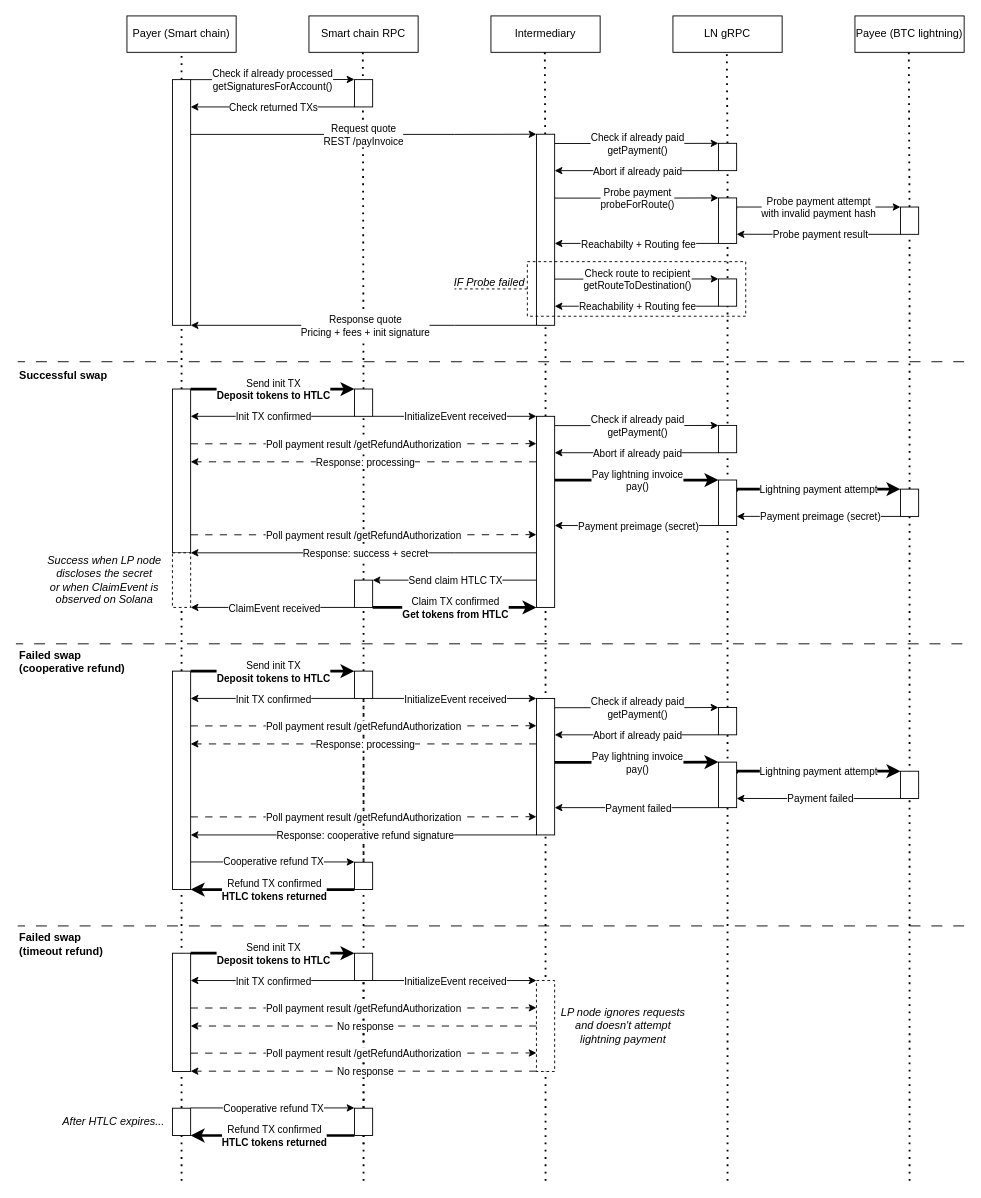
The draw.io diagram diagrams/tobtcln-diagram.drawio in atomiqlabs/atomiq-docs, before the edit. Source tidied: cells renumbered, new cells numbered last; positions are measured from the earlier drawing's top-left corner, leaving out a move shared by most shapes. Both pictures are drawn from the tidied source at 91%, with x=0, y=0 at pixel (15, 15).
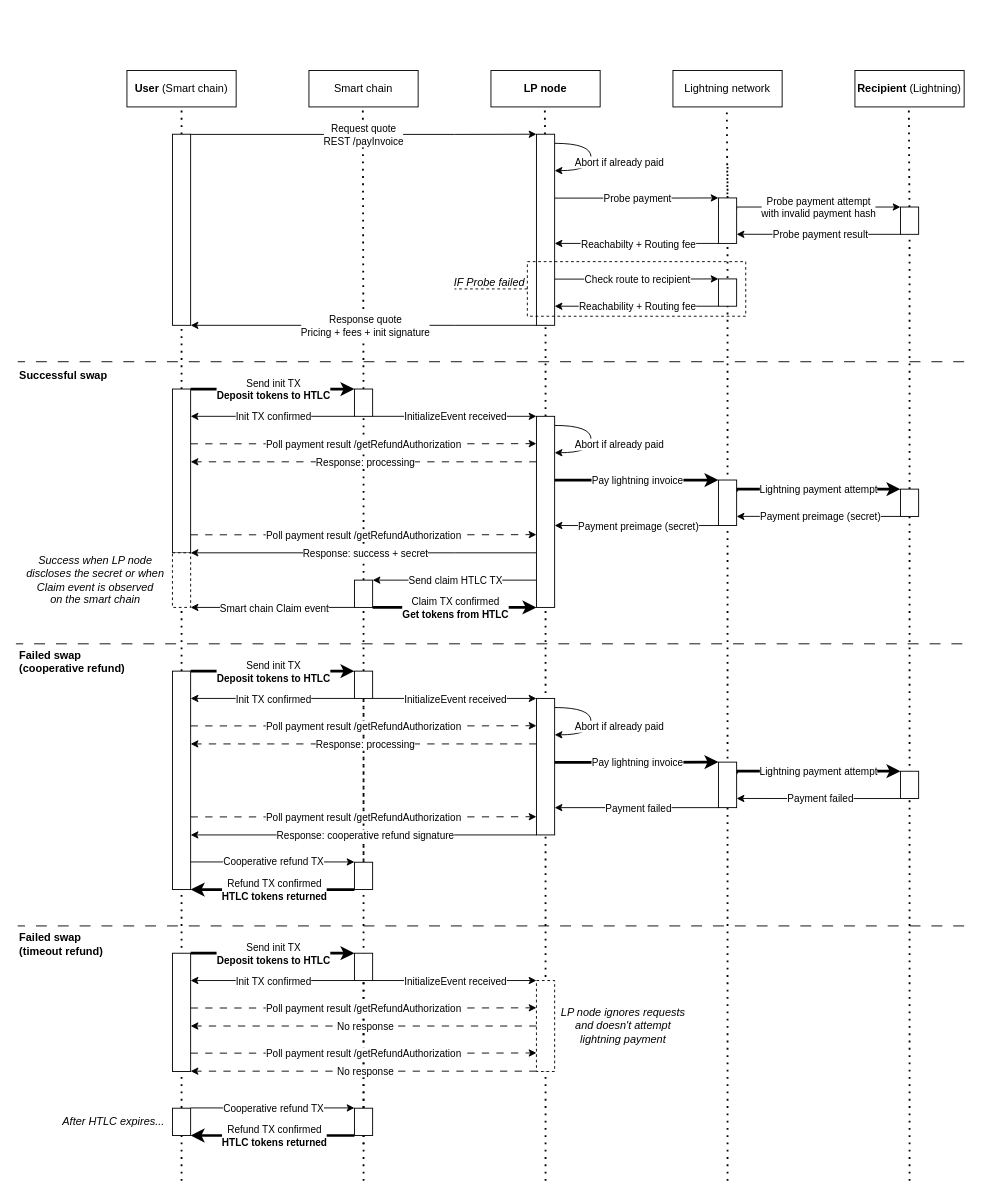
Above is the later version.

The change refers to these unchanged cells:
```xml
<mxCell id="22" style="rounded=0;whiteSpace=wrap;html=1;" parent="1" vertex="1">
  <mxGeometry x="572" y="130" width="20" height="210" as="geometry" />
</mxCell>
<mxCell id="31" style="edgeStyle=orthogonalEdgeStyle;rounded=0;jettySize=auto;html=1;exitX=1;exitY=0;exitDx=0;exitDy=0;entryX=0;entryY=0;entryDx=0;entryDy=0;" parent="1" edge="1" target="37">
  <mxGeometry relative="1" as="geometry">
    <mxPoint x="592" y="200.2" as="sourcePoint" />
    <Array as="points">
      <mxPoint x="702" y="200" />
    </Array>
  </mxGeometry>
</mxCell>
<mxCell id="41" style="rounded=0;whiteSpace=wrap;html=1;" parent="1" vertex="1">
  <mxGeometry x="972" y="210" width="20" height="30" as="geometry" />
</mxCell>
<mxCell id="42" style="edgeStyle=orthogonalEdgeStyle;rounded=0;jettySize=auto;html=1;exitX=1;exitY=0;exitDx=0;exitDy=0;entryX=0;entryY=0;entryDx=0;entryDy=0;" parent="1" edge="1" target="46">
  <mxGeometry relative="1" as="geometry">
    <mxPoint x="592" y="289.2" as="sourcePoint" />
    <Array as="points">
      <mxPoint x="702" y="289" />
    </Array>
  </mxGeometry>
</mxCell>
<mxCell id="57" style="rounded=0;whiteSpace=wrap;html=1;" parent="1" vertex="1">
  <mxGeometry x="372" y="410" width="20" height="30" as="geometry" />
</mxCell>
<mxCell id="66" style="edgeStyle=orthogonalEdgeStyle;rounded=0;jettySize=auto;html=1;exitX=1;exitY=0;exitDx=0;exitDy=0;entryX=0;entryY=0;entryDx=0;entryDy=0;strokeWidth=3;" parent="1" edge="1" target="72">
  <mxGeometry relative="1" as="geometry">
    <mxPoint x="592" y="510.2" as="sourcePoint" />
    <Array as="points">
      <mxPoint x="702" y="510" />
    </Array>
  </mxGeometry>
</mxCell>
<mxCell id="79" style="edgeStyle=orthogonalEdgeStyle;rounded=0;jettySize=auto;html=1;exitX=0;exitY=1;exitDx=0;exitDy=0;strokeWidth=1;startArrow=none;startFill=0;endArrow=classic;endFill=1;" parent="1" edge="1" source="81">
  <mxGeometry relative="1" as="geometry">
    <mxPoint x="192" y="650" as="targetPoint" />
    <Array as="points">
      <mxPoint x="272" y="650" />
      <mxPoint x="272" y="650" />
    </Array>
  </mxGeometry>
</mxCell>
<mxCell id="109" style="edgeStyle=orthogonalEdgeStyle;rounded=0;jettySize=auto;html=1;exitX=1;exitY=0;exitDx=0;exitDy=0;entryX=0;entryY=0;entryDx=0;entryDy=0;strokeWidth=3;" parent="1" edge="1" target="115">
  <mxGeometry relative="1" as="geometry">
    <mxPoint x="592" y="820.2" as="sourcePoint" />
    <Array as="points">
      <mxPoint x="702" y="820" />
    </Array>
  </mxGeometry>
</mxCell>
```

Diff of the diagram source:
```diff
@@
-    <mxCell id="2" value="Payer (Smart chain)" style="rounded=0;whiteSpace=wrap;html=1;" parent="1" vertex="1">
-      <mxGeometry x="122" width="120" height="40" as="geometry" />
+    <mxCell id="2" value="&lt;b&gt;User &lt;/b&gt;(Smart chain)" style="rounded=0;whiteSpace=wrap;html=1;" parent="1" vertex="1">
+      <mxGeometry x="122" y="60" width="120" height="40" as="geometry" />
     </mxCell>
-    <mxCell id="3" value="Intermediary" style="rounded=0;whiteSpace=wrap;html=1;" parent="1" vertex="1">
-      <mxGeometry x="522" width="120" height="40" as="geometry" />
+    <mxCell id="3" value="&lt;b&gt;LP node&lt;/b&gt;" style="rounded=0;whiteSpace=wrap;html=1;" parent="1" vertex="1">
+      <mxGeometry x="522" y="60" width="120" height="40" as="geometry" />
     </mxCell>
-    <mxCell id="4" value="Payee (BTC lightning)" style="rounded=0;whiteSpace=wrap;html=1;" parent="1" vertex="1">
-      <mxGeometry x="922" width="120" height="40" as="geometry" />
+    <mxCell id="4" value="&lt;b&gt;Recipient &lt;/b&gt;(Lightning)" style="rounded=0;whiteSpace=wrap;html=1;" parent="1" vertex="1">
+      <mxGeometry x="922" y="60" width="120" height="40" as="geometry" />
     </mxCell>
-    <mxCell id="5" value="Smart chain RPC" style="rounded=0;whiteSpace=wrap;html=1;" parent="1" vertex="1">
-      <mxGeometry x="322" width="120" height="40" as="geometry" />
+    <mxCell id="5" value="Smart chain" style="rounded=0;whiteSpace=wrap;html=1;" parent="1" vertex="1">
+      <mxGeometry x="322" y="60" width="120" height="40" as="geometry" />
     </mxCell>
@@
     <mxCell id="7" style="endArrow=none;dashed=1;html=1;dashPattern=1 3;strokeWidth=2;rounded=0;entryX=0.5;entryY=1;entryDx=0;entryDy=0;startArrow=none;" parent="1" edge="1" source="57">
       <mxGeometry relative="1" as="geometry">
-        <mxPoint x="381.2" y="40" as="targetPoint" />
+        <mxPoint x="381.2" y="100" as="targetPoint" />
       </mxGeometry>
     </mxCell>
     <mxCell id="8" style="endArrow=none;dashed=1;html=1;dashPattern=1 3;strokeWidth=2;rounded=0;entryX=0.5;entryY=1;entryDx=0;entryDy=0;startArrow=none;" parent="1" edge="1" source="22">
       <mxGeometry relative="1" as="geometry">
-        <mxPoint x="581.2" y="40" as="targetPoint" />
+        <mxPoint x="581.2" y="100" as="targetPoint" />
       </mxGeometry>
     </mxCell>
     <mxCell id="9" style="endArrow=none;dashed=1;html=1;dashPattern=1 3;strokeWidth=2;rounded=0;entryX=0.5;entryY=1;entryDx=0;entryDy=0;startArrow=none;" parent="1" edge="1" source="41">
       <mxGeometry relative="1" as="geometry">
-        <mxPoint x="981.2" y="40" as="targetPoint" />
+        <mxPoint x="981.2" y="100" as="targetPoint" />
       </mxGeometry>
     </mxCell>
@@
-    <mxCell id="11" style="edgeStyle=orthogonalEdgeStyle;rounded=0;jettySize=auto;html=1;exitX=1;exitY=0;exitDx=0;exitDy=0;" parent="1" edge="1" source="13">
-      <mxGeometry relative="1" as="geometry">
-        <mxPoint x="372" y="69.8" as="targetPoint" />
-        <Array as="points">
-          <mxPoint x="322" y="70" />
-          <mxPoint x="322" y="70" />
-        </Array>
-      </mxGeometry>
-    </mxCell>
-    <mxCell id="12" value="Check if already processed&lt;br&gt;getSignaturesForAccount()" style="edgeLabel;html=1;align=center;verticalAlign=middle;" parent="11" vertex="1">
-      <mxGeometry x="-0.11" y="-2" relative="1" as="geometry">
-        <mxPoint x="9" y="-2" as="offset" />
-      </mxGeometry>
-    </mxCell>
     <mxCell id="13" style="rounded=0;whiteSpace=wrap;html=1;" parent="1" vertex="1">
-      <mxGeometry x="172" y="70" width="20" height="270" as="geometry" />
+      <mxGeometry x="172" y="130" width="20" height="210" as="geometry" />
     </mxCell>
-    <mxCell id="14" style="edgeStyle=orthogonalEdgeStyle;rounded=0;jettySize=auto;html=1;exitX=0;exitY=1;exitDx=0;exitDy=0;" parent="1" edge="1" source="16">
-      <mxGeometry relative="1" as="geometry">
-        <mxPoint x="192" y="100" as="targetPoint" />
-        <Array as="points">
-          <mxPoint x="322" y="100" />
-          <mxPoint x="322" y="100" />
-        </Array>
-      </mxGeometry>
-    </mxCell>
-    <mxCell id="15" value="Check returned TXs" style="edgeLabel;html=1;align=center;verticalAlign=middle;" parent="14" vertex="1">
-      <mxGeometry x="-0.17" relative="1" as="geometry">
-        <mxPoint x="-15" as="offset" />
-      </mxGeometry>
-    </mxCell>
-    <mxCell id="16" style="rounded=0;whiteSpace=wrap;html=1;" parent="1" vertex="1">
-      <mxGeometry x="372" y="70" width="20" height="30" as="geometry" />
-    </mxCell>
@@
-    <mxCell id="23" value="LN gRPC" style="rounded=0;whiteSpace=wrap;html=1;" parent="1" vertex="1">
-      <mxGeometry x="722" width="120" height="40" as="geometry" />
+    <mxCell id="23" value="Lightning network" style="rounded=0;whiteSpace=wrap;html=1;" parent="1" vertex="1">
+      <mxGeometry x="722" y="60" width="120" height="40" as="geometry" />
     </mxCell>
-    <mxCell id="24" style="endArrow=none;dashed=1;html=1;dashPattern=1 3;strokeWidth=2;rounded=0;entryX=0.5;entryY=1;entryDx=0;entryDy=0;startArrow=none;" parent="1" edge="1" source="30">
+    <mxCell id="24" style="endArrow=none;dashed=1;html=1;dashPattern=1 3;strokeWidth=2;rounded=0;entryX=0.5;entryY=1;entryDx=0;entryDy=0;startArrow=none;" parent="1" edge="1">
       <mxGeometry relative="1" as="geometry">
-        <mxPoint x="781.2" y="40" as="targetPoint" />
+        <mxPoint x="782" y="220" as="sourcePoint" />
+        <mxPoint x="781.2" y="100" as="targetPoint" />
       </mxGeometry>
     </mxCell>
-    <mxCell id="25" style="edgeStyle=orthogonalEdgeStyle;rounded=0;jettySize=auto;html=1;exitX=1;exitY=0;exitDx=0;exitDy=0;entryX=0;entryY=0;entryDx=0;entryDy=0;" parent="1" edge="1" target="30">
-      <mxGeometry relative="1" as="geometry">
-        <mxPoint x="592" y="140.2" as="sourcePoint" />
-        <Array as="points">
-          <mxPoint x="702" y="140" />
-        </Array>
-      </mxGeometry>
-    </mxCell>
-    <mxCell id="26" value="Check if already paid&lt;br&gt;getPayment()" style="edgeLabel;html=1;align=center;verticalAlign=middle;" parent="25" vertex="1">
-      <mxGeometry x="-0.11" y="-2" relative="1" as="geometry">
-        <mxPoint x="10" y="-2" as="offset" />
-      </mxGeometry>
-    </mxCell>
-    <mxCell id="27" style="endArrow=none;dashed=1;html=1;dashPattern=1 3;strokeWidth=2;rounded=0;entryX=0.5;entryY=1;entryDx=0;entryDy=0;" parent="1" edge="1" target="30">
+    <mxCell id="27" style="endArrow=none;dashed=1;html=1;dashPattern=1 3;strokeWidth=2;rounded=0;" parent="1" edge="1">
       <mxGeometry relative="1" as="geometry">
         <mxPoint x="782" y="1280" as="sourcePoint" />
+        <mxPoint x="782" y="160" as="targetPoint" />
       </mxGeometry>
     </mxCell>
-    <mxCell id="28" style="edgeStyle=orthogonalEdgeStyle;rounded=0;jettySize=auto;html=1;exitX=0;exitY=1;exitDx=0;exitDy=0;" parent="1" edge="1" source="30">
-      <mxGeometry relative="1" as="geometry">
-        <mxPoint x="592" y="170" as="targetPoint" />
-        <Array as="points">
-          <mxPoint x="592" y="170" />
-        </Array>
-      </mxGeometry>
-    </mxCell>
-    <mxCell id="29" value="Abort if already paid" style="edgeLabel;html=1;align=center;verticalAlign=middle;" parent="28" vertex="1">
-      <mxGeometry x="-0.09" y="-1" relative="1" as="geometry">
-        <mxPoint x="-8" y="1" as="offset" />
-      </mxGeometry>
-    </mxCell>
-    <mxCell id="30" style="rounded=0;whiteSpace=wrap;html=1;" parent="1" vertex="1">
-      <mxGeometry x="772" y="140" width="20" height="30" as="geometry" />
-    </mxCell>
@@
-    <mxCell id="32" value="Probe payment&lt;br&gt;probeForRoute()" style="edgeLabel;html=1;align=center;verticalAlign=middle;" parent="31" vertex="1">
+    <mxCell id="32" value="Probe payment" style="edgeLabel;html=1;align=center;verticalAlign=middle;" parent="31" vertex="1">
       <mxGeometry x="-0.11" y="-2" relative="1" as="geometry">
         <mxPoint x="10" y="-2" as="offset" />
       </mxGeometry>
     </mxCell>
@@
-    <mxCell id="43" value="Check route to recipient&lt;br&gt;getRouteToDestination()" style="edgeLabel;html=1;align=center;verticalAlign=middle;" parent="42" vertex="1">
+    <mxCell id="43" value="Check route to recipient" style="edgeLabel;html=1;align=center;verticalAlign=middle;" parent="42" vertex="1">
       <mxGeometry x="-0.11" y="-2" relative="1" as="geometry">
         <mxPoint x="10" y="-2" as="offset" />
       </mxGeometry>
     </mxCell>
@@
-    <mxCell id="47" style="edgeStyle=orthogonalEdgeStyle;rounded=0;jettySize=auto;html=1;endArrow=none;endFill=0;dashed=1;" parent="1" edge="1" source="48">
+    <mxCell id="47" style="edgeStyle=orthogonalEdgeStyle;rounded=0;orthogonalLoop=1;jettySize=auto;html=1;endArrow=none;endFill=0;dashed=1;" parent="1" edge="1">
       <mxGeometry relative="1" as="geometry">
+        <mxPoint x="562" y="300" as="sourcePoint" />
         <mxPoint x="482" y="300" as="targetPoint" />
       </mxGeometry>
     </mxCell>
-    <mxCell id="48" style="rounded=0;whiteSpace=wrap;html=1;fillColor=none;dashed=1;" parent="1" vertex="1">
-      <mxGeometry x="562" y="270" width="240" height="60" as="geometry" />
-    </mxCell>
@@
-    <mxCell id="61" style="edgeStyle=orthogonalEdgeStyle;rounded=0;jettySize=auto;html=1;exitX=1;exitY=0;exitDx=0;exitDy=0;entryX=0;entryY=0;entryDx=0;entryDy=0;" parent="1" edge="1" target="65">
-      <mxGeometry relative="1" as="geometry">
-        <mxPoint x="592" y="450.2" as="sourcePoint" />
-        <Array as="points">
-          <mxPoint x="702" y="450" />
-        </Array>
-      </mxGeometry>
-    </mxCell>
-    <mxCell id="62" value="Check if already paid&lt;br&gt;getPayment()" style="edgeLabel;html=1;align=center;verticalAlign=middle;" parent="61" vertex="1">
-      <mxGeometry x="-0.11" y="-2" relative="1" as="geometry">
-        <mxPoint x="10" y="-2" as="offset" />
-      </mxGeometry>
-    </mxCell>
-    <mxCell id="63" style="edgeStyle=orthogonalEdgeStyle;rounded=0;jettySize=auto;html=1;exitX=0;exitY=1;exitDx=0;exitDy=0;" parent="1" edge="1" source="65">
-      <mxGeometry relative="1" as="geometry">
-        <mxPoint x="592" y="480" as="targetPoint" />
-        <Array as="points">
-          <mxPoint x="592" y="480" />
-        </Array>
-      </mxGeometry>
-    </mxCell>
-    <mxCell id="64" value="Abort if already paid" style="edgeLabel;html=1;align=center;verticalAlign=middle;" parent="63" vertex="1">
-      <mxGeometry x="-0.09" y="-1" relative="1" as="geometry">
-        <mxPoint x="-8" y="1" as="offset" />
-      </mxGeometry>
-    </mxCell>
-    <mxCell id="65" style="rounded=0;whiteSpace=wrap;html=1;" parent="1" vertex="1">
-      <mxGeometry x="772" y="450" width="20" height="30" as="geometry" />
-    </mxCell>
@@
-    <mxCell id="67" value="Pay lightning invoice&lt;br&gt;pay()" style="edgeLabel;html=1;align=center;verticalAlign=middle;" parent="66" vertex="1">
+    <mxCell id="67" value="Pay lightning invoice" style="edgeLabel;html=1;align=center;verticalAlign=middle;" parent="66" vertex="1">
       <mxGeometry x="-0.11" y="-2" relative="1" as="geometry">
         <mxPoint x="10" y="-2" as="offset" />
       </mxGeometry>
     </mxCell>
@@
-    <mxCell id="80" value="ClaimEvent received" style="edgeLabel;html=1;align=center;verticalAlign=middle;" parent="79" vertex="1">
+    <mxCell id="80" value="Smart chain Claim event" style="edgeLabel;html=1;align=center;verticalAlign=middle;" parent="79" vertex="1">
       <mxGeometry x="0.07" y="-1" relative="1" as="geometry">
         <mxPoint x="7" y="1" as="offset" />
       </mxGeometry>
     </mxCell>
@@
-    <mxCell id="93" value="&lt;i&gt;Success when LP node&lt;br&gt;discloses the secret&lt;br&gt;or when ClaimEvent is&lt;br&gt;observed on Solana&lt;/i&gt;" style="text;html=1;align=center;verticalAlign=middle;strokeColor=none;fillColor=none;" parent="1" vertex="1">
-      <mxGeometry x="22" y="585" width="150" height="70" as="geometry" />
+    <mxCell id="93" value="&lt;i&gt;Success when LP node&lt;br&gt;discloses the secret or when&lt;br&gt;Claim event is observed&lt;br&gt;on the smart chain&lt;/i&gt;" style="text;html=1;align=center;verticalAlign=middle;strokeColor=none;fillColor=none;" parent="1" vertex="1">
+      <mxGeometry x="2" y="585" width="170" height="70" as="geometry" />
     </mxCell>
@@
-    <mxCell id="104" style="edgeStyle=orthogonalEdgeStyle;rounded=0;jettySize=auto;html=1;exitX=1;exitY=0;exitDx=0;exitDy=0;entryX=0;entryY=0;entryDx=0;entryDy=0;" parent="1" edge="1" target="108">
-      <mxGeometry relative="1" as="geometry">
-        <mxPoint x="592" y="760.2" as="sourcePoint" />
-        <Array as="points">
-          <mxPoint x="702" y="760" />
-        </Array>
-      </mxGeometry>
-    </mxCell>
-    <mxCell id="105" value="Check if already paid&lt;br&gt;getPayment()" style="edgeLabel;html=1;align=center;verticalAlign=middle;" parent="104" vertex="1">
-      <mxGeometry x="-0.11" y="-2" relative="1" as="geometry">
-        <mxPoint x="10" y="-2" as="offset" />
-      </mxGeometry>
-    </mxCell>
-    <mxCell id="106" style="edgeStyle=orthogonalEdgeStyle;rounded=0;jettySize=auto;html=1;exitX=0;exitY=1;exitDx=0;exitDy=0;" parent="1" edge="1" source="108">
-      <mxGeometry relative="1" as="geometry">
-        <mxPoint x="592" y="790" as="targetPoint" />
-        <Array as="points">
-          <mxPoint x="592" y="790" />
-        </Array>
-      </mxGeometry>
-    </mxCell>
-    <mxCell id="107" value="Abort if already paid" style="edgeLabel;html=1;align=center;verticalAlign=middle;" parent="106" vertex="1">
-      <mxGeometry x="-0.09" y="-1" relative="1" as="geometry">
-        <mxPoint x="-8" y="1" as="offset" />
-      </mxGeometry>
-    </mxCell>
-    <mxCell id="108" style="rounded=0;whiteSpace=wrap;html=1;" parent="1" vertex="1">
-      <mxGeometry x="772" y="760" width="20" height="30" as="geometry" />
-    </mxCell>
@@
-    <mxCell id="110" value="Pay lightning invoice&lt;br&gt;pay()" style="edgeLabel;html=1;align=center;verticalAlign=middle;" parent="109" vertex="1">
+    <mxCell id="110" value="Pay lightning invoice" style="edgeLabel;html=1;align=center;verticalAlign=middle;" parent="109" vertex="1">
       <mxGeometry x="-0.11" y="-2" relative="1" as="geometry">
         <mxPoint x="10" y="-2" as="offset" />
       </mxGeometry>
     </mxCell>
@@
+    <mxCell id="164" style="curved=1;endArrow=classic;html=1;rounded=0;" parent="1" edge="1">
+      <mxGeometry relative="1" as="geometry">
+        <mxPoint x="592" y="140" as="sourcePoint" />
+        <mxPoint x="592" y="170" as="targetPoint" />
+        <Array as="points">
+          <mxPoint x="632" y="140" />
+          <mxPoint x="632" y="170" />
+        </Array>
+      </mxGeometry>
+    </mxCell>
+    <mxCell id="165" value="Abort if already paid" style="edgeLabel;html=1;align=center;verticalAlign=middle;" parent="164" vertex="1">
+      <mxGeometry x="-0.14" y="-1" relative="1" as="geometry">
+        <mxPoint x="31" y="13" as="offset" />
+      </mxGeometry>
+    </mxCell>
+    <mxCell id="166" style="rounded=0;whiteSpace=wrap;html=1;fillColor=none;dashed=1;" parent="1" vertex="1">
+      <mxGeometry x="562" y="270" width="240" height="60" as="geometry" />
+    </mxCell>
+    <mxCell id="167" style="curved=1;endArrow=classic;html=1;rounded=0;" parent="1" edge="1">
+      <mxGeometry relative="1" as="geometry">
+        <mxPoint x="592" y="450" as="sourcePoint" />
+        <mxPoint x="592" y="480" as="targetPoint" />
+        <Array as="points">
+          <mxPoint x="632" y="450" />
+          <mxPoint x="632" y="480" />
+        </Array>
+      </mxGeometry>
+    </mxCell>
+    <mxCell id="168" value="Abort if already paid" style="edgeLabel;html=1;align=center;verticalAlign=middle;" parent="167" vertex="1">
+      <mxGeometry x="-0.14" y="-1" relative="1" as="geometry">
+        <mxPoint x="31" y="13" as="offset" />
+      </mxGeometry>
+    </mxCell>
+    <mxCell id="169" style="curved=1;endArrow=classic;html=1;rounded=0;" parent="1" edge="1">
+      <mxGeometry relative="1" as="geometry">
+        <mxPoint x="592" y="760" as="sourcePoint" />
+        <mxPoint x="592" y="790" as="targetPoint" />
+        <Array as="points">
+          <mxPoint x="632" y="760" />
+          <mxPoint x="632" y="790" />
+        </Array>
+      </mxGeometry>
+    </mxCell>
+    <mxCell id="170" value="Abort if already paid" style="edgeLabel;html=1;align=center;verticalAlign=middle;" parent="169" vertex="1">
+      <mxGeometry x="-0.14" y="-1" relative="1" as="geometry">
+        <mxPoint x="31" y="13" as="offset" />
+      </mxGeometry>
+    </mxCell>
```
